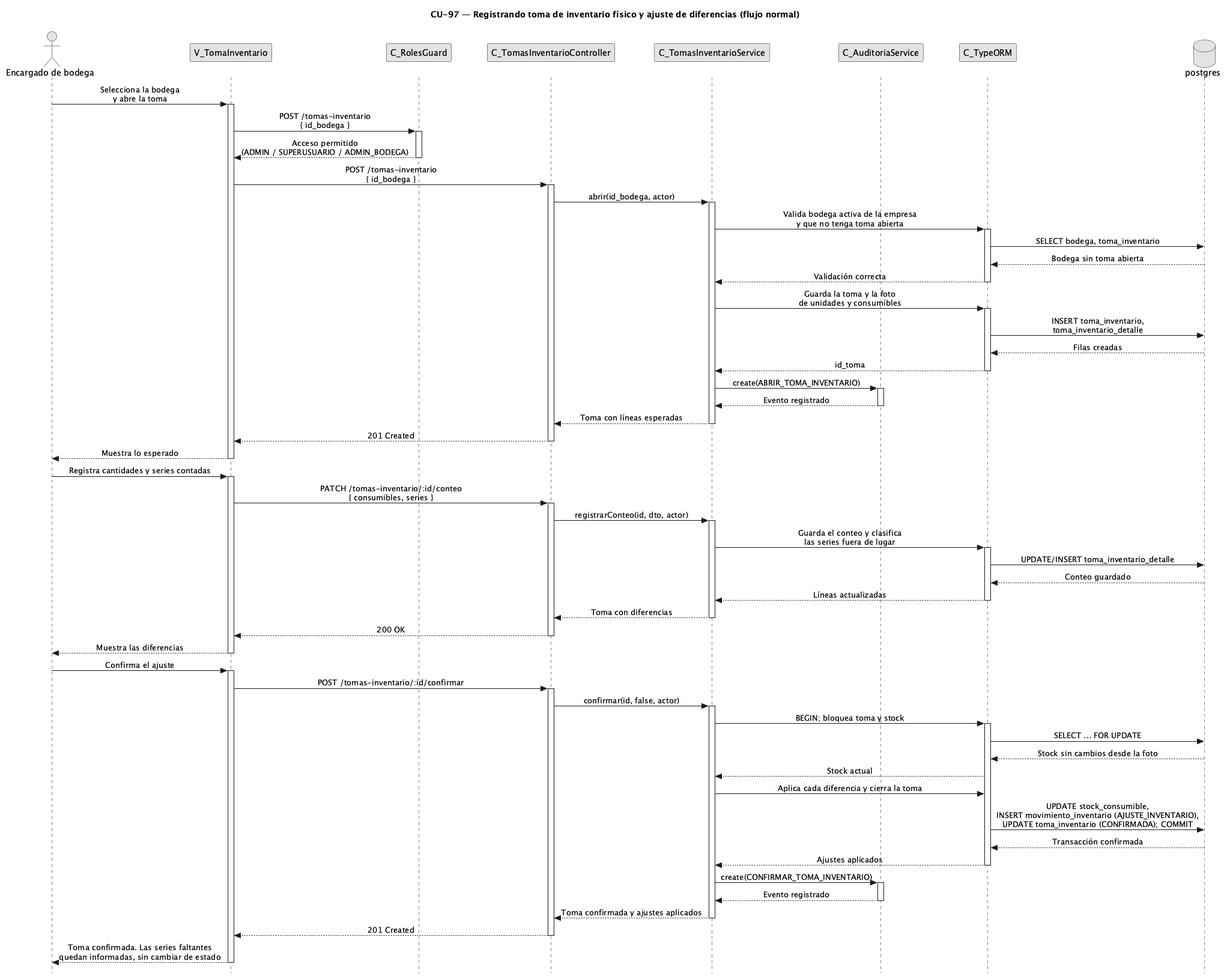
Above: diagramas/diagramas-secuencia/CU97/CU97-normal.png in FSM-Finet-y-Cable-Magico/Team_1-Inventario-y-Bodega (PlantUML), before the change. The source it was exported from:
```plantuml
@startuml CU97-normal
title CU-97 — Registrando toma de inventario físico y ajuste de diferencias (flujo normal)
skinparam style strictuml
skinparam monochrome true
skinparam shadowing false
skinparam sequenceMessageAlign center
<style>
sequenceDiagram {
  participant {
    margin 25
  }
  actor {
    margin 20
  }
}
</style>
skinparam sequence {
  MessageAlign center
  LifeLineBorderColor black
}
hide footbox

actor "Encargado de bodega" as user
participant "V_TomaInventario" as view
participant "C_RolesGuard" as guard
participant "C_TomasInventarioController" as ctrl
participant "C_TomasInventarioService" as svc
participant "C_AuditoriaService" as aud
participant "C_TypeORM" as orm
database "postgres" as db

user -> view : Selecciona la bodega\ny abre la toma
activate view
view -> guard : POST /tomas-inventario\n{ id_bodega }
activate guard
guard --> view : Acceso permitido\n(ADMIN / SUPERUSUARIO / ADMIN_BODEGA)
deactivate guard
view -> ctrl : POST /tomas-inventario\n{ id_bodega }
activate ctrl
ctrl -> svc : abrir(id_bodega, actor)
activate svc
svc -> orm : Valida bodega activa de la empresa\ny que no tenga toma abierta
activate orm
orm -> db : SELECT bodega, toma_inventario
db --> orm : Bodega sin toma abierta
orm --> svc : Validación correcta
deactivate orm
svc -> orm : Guarda la toma y la foto\nde unidades y consumibles
activate orm
orm -> db : INSERT toma_inventario,\ntoma_inventario_detalle
db --> orm : Filas creadas
orm --> svc : id_toma
deactivate orm
svc -> aud : create(ABRIR_TOMA_INVENTARIO)
activate aud
aud --> svc : Evento registrado
deactivate aud
svc --> ctrl : Toma con líneas esperadas
deactivate svc
ctrl --> view : 201 Created
deactivate ctrl
view --> user : Muestra lo esperado
deactivate view

user -> view : Registra cantidades y series contadas
activate view
view -> ctrl : PATCH /tomas-inventario/:id/conteo\n{ consumibles, series }
activate ctrl
ctrl -> svc : registrarConteo(id, dto, actor)
activate svc
svc -> orm : Guarda el conteo y clasifica\nlas series fuera de lugar
activate orm
orm -> db : UPDATE/INSERT toma_inventario_detalle
db --> orm : Conteo guardado
orm --> svc : Líneas actualizadas
deactivate orm
svc --> ctrl : Toma con diferencias
deactivate svc
ctrl --> view : 200 OK
deactivate ctrl
view --> user : Muestra las diferencias
deactivate view

user -> view : Confirma el ajuste
activate view
view -> ctrl : POST /tomas-inventario/:id/confirmar
activate ctrl
ctrl -> svc : confirmar(id, false, actor)
activate svc
svc -> orm : BEGIN; bloquea toma y stock
activate orm
orm -> db : SELECT ... FOR UPDATE
db --> orm : Stock sin cambios desde la foto
orm --> svc : Stock actual
svc -> orm : Aplica cada diferencia y cierra la toma
orm -> db : UPDATE stock_consumible,\nINSERT movimiento_inventario (AJUSTE_INVENTARIO),\nUPDATE toma_inventario (CONFIRMADA); COMMIT
db --> orm : Transacción confirmada
orm --> svc : Ajustes aplicados
deactivate orm
svc -> aud : create(CONFIRMAR_TOMA_INVENTARIO)
activate aud
aud --> svc : Evento registrado
deactivate aud
svc --> ctrl : Toma confirmada y ajustes aplicados
deactivate svc
ctrl --> view : 201 Created
deactivate ctrl
view --> user : Toma confirmada. Las series faltantes\nquedan informadas, sin cambiar de estado
deactivate view
@enduml
```
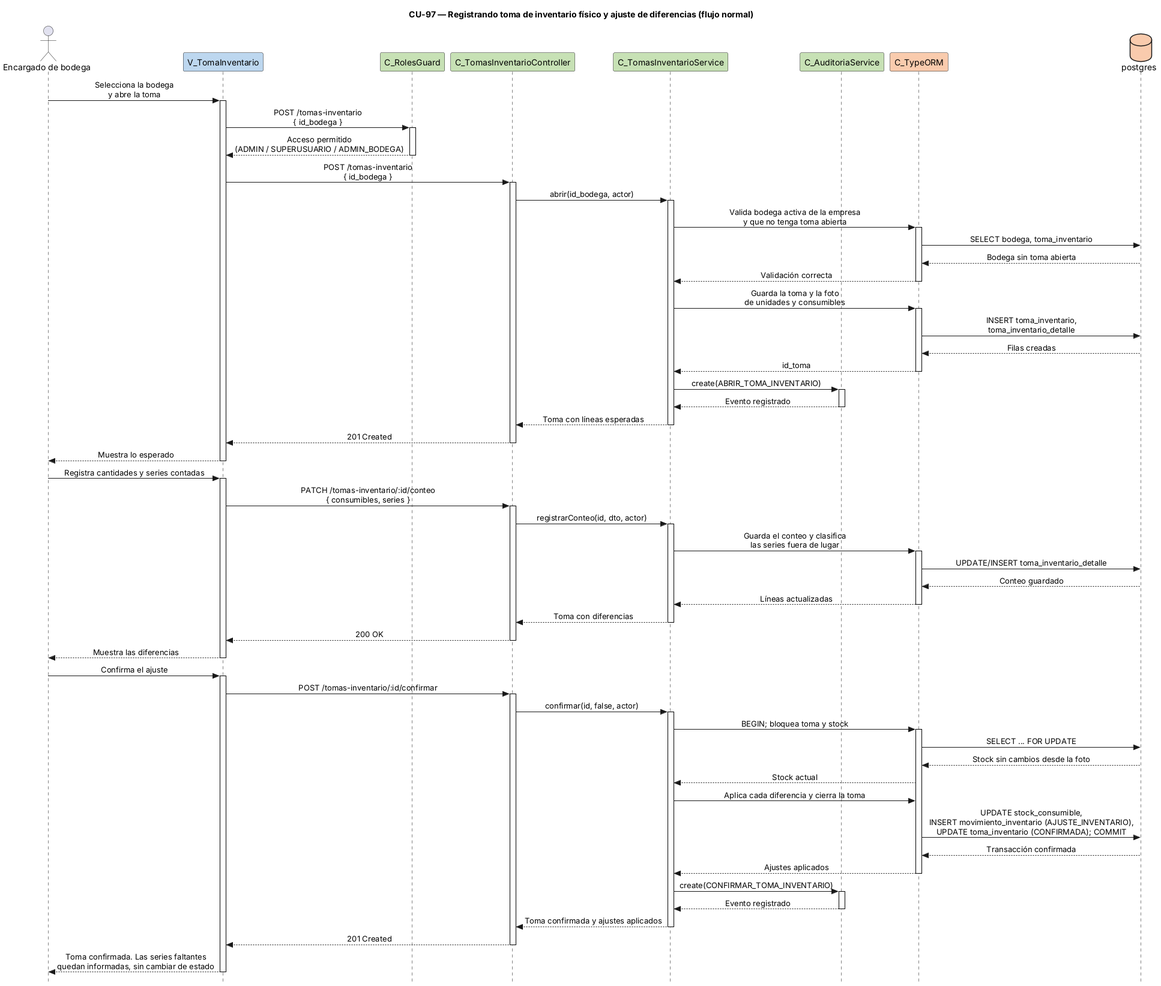
After the change.

Change to the diagram source:
```diff
@@ -1,7 +1,6 @@
 @startuml CU97-normal
 title CU-97 — Registrando toma de inventario físico y ajuste de diferencias (flujo normal)
 skinparam style strictuml
-skinparam monochrome true
 skinparam shadowing false
 skinparam sequenceMessageAlign center
 <style>
@@ -18,16 +17,25 @@
   MessageAlign center
   LifeLineBorderColor black
 }
+skinparam participant {
+  BackgroundColor<<vista>> #BDD7EF
+  BackgroundColor<<control>> #C7E1B5
+  BackgroundColor<<persistencia>> #F9CBAD
+}
+skinparam database {
+  BackgroundColor<<persistencia>> #F9CBAD
+}
+hide stereotype
 hide footbox
 
 actor "Encargado de bodega" as user
-participant "V_TomaInventario" as view
-participant "C_RolesGuard" as guard
-participant "C_TomasInventarioController" as ctrl
-participant "C_TomasInventarioService" as svc
-participant "C_AuditoriaService" as aud
-participant "C_TypeORM" as orm
-database "postgres" as db
+participant "V_TomaInventario" as view <<vista>>
+participant "C_RolesGuard" as guard <<control>>
+participant "C_TomasInventarioController" as ctrl <<control>>
+participant "C_TomasInventarioService" as svc <<control>>
+participant "C_AuditoriaService" as aud <<control>>
+participant "C_TypeORM" as orm <<persistencia>>
+database "postgres" as db <<persistencia>>
 
 user -> view : Selecciona la bodega\ny abre la toma
 activate view
```
